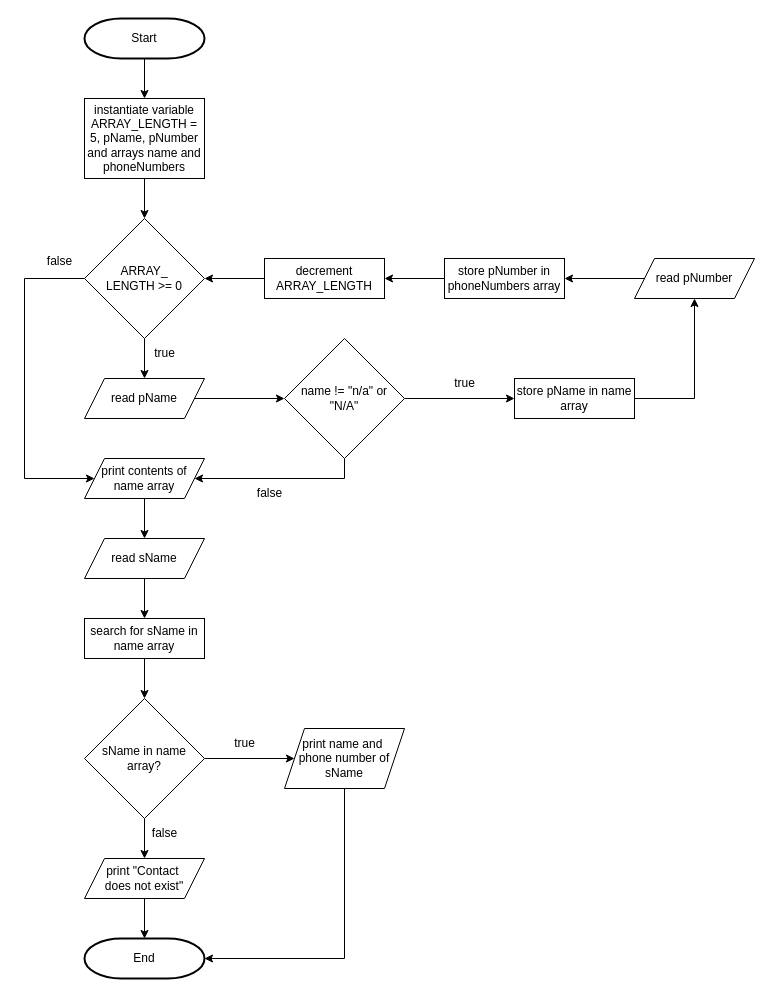
Above: src/Laguitan_L4Activity1/Laguitan_L4Activity1FlowChart.drawio in ellaguitan/JavaActivities (draw.io), before the change. Source tidied: cells renumbered, new cells numbered last; positions are measured from the earlier drawing's top-left corner, leaving out a move shared by most shapes. Both pictures are drawn from the tidied source at 100%, with x=0, y=0 at pixel (24, 18).
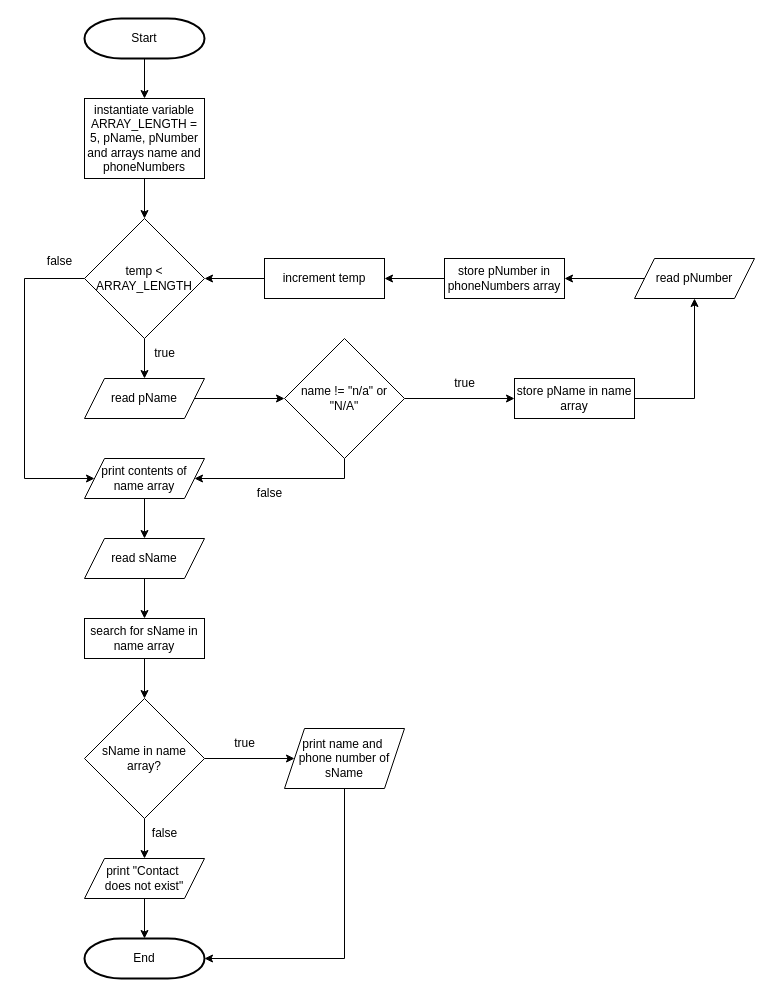
The same diagram, later.

Commit message (it also covers changes not shown here):
added Laguitan_L4Activity1 and flowchart

Change to the diagram source:
```diff
@@
-    <mxCell id="8" value="ARRAY_&lt;div&gt;LENGTH &amp;gt;= 0&lt;/div&gt;" style="rhombus;whiteSpace=wrap;html=1;" parent="1" vertex="1">
+    <mxCell id="8" value="temp &amp;lt; ARRAY_LENGTH" style="rhombus;whiteSpace=wrap;html=1;" parent="1" vertex="1">
       <mxGeometry x="60" y="200" width="120" height="120" as="geometry" />
     </mxCell>
@@
-    <mxCell id="40" value="decrement ARRAY_LENGTH" style="whiteSpace=wrap;html=1;" parent="1" vertex="1">
+    <mxCell id="40" value="increment temp" style="whiteSpace=wrap;html=1;" parent="1" vertex="1">
       <mxGeometry x="240" y="240" width="120" height="40" as="geometry" />
     </mxCell>
```
